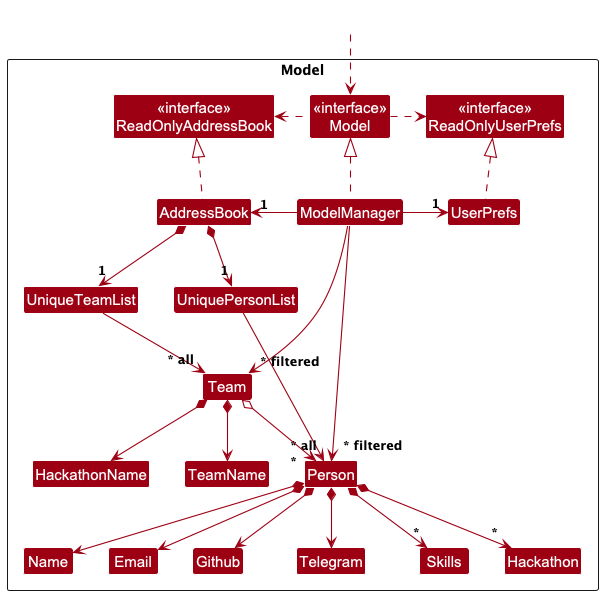
This is docs/images/ModelClassDiagram.png from AY2526S1-CS2103T-F08b-2/tp, a PlantUML export, as it was before one commit.
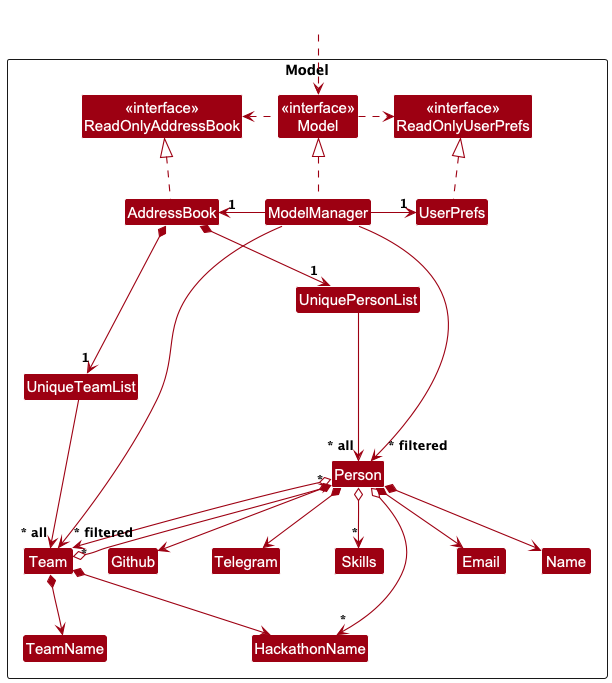
The same diagram one commit later.

Diff of the diagram source:
```diff
@@ -21,7 +21,6 @@
 Class Name
 Class Github
 Class Skills
-Class Hackathon
 Class TeamName
 Class HackathonName
 
@@ -48,8 +47,9 @@
 Person *--> Email
 Person *--> Telegram
 Person *--> Github
-Person *--> "*" Skills
-Person *--> "*" Hackathon
+Person o--> "*" Skills
+Person o--> "*" HackathonName
+Person o--> "*" Team
 
 Team *--> TeamName
 Team *--> HackathonName
```
